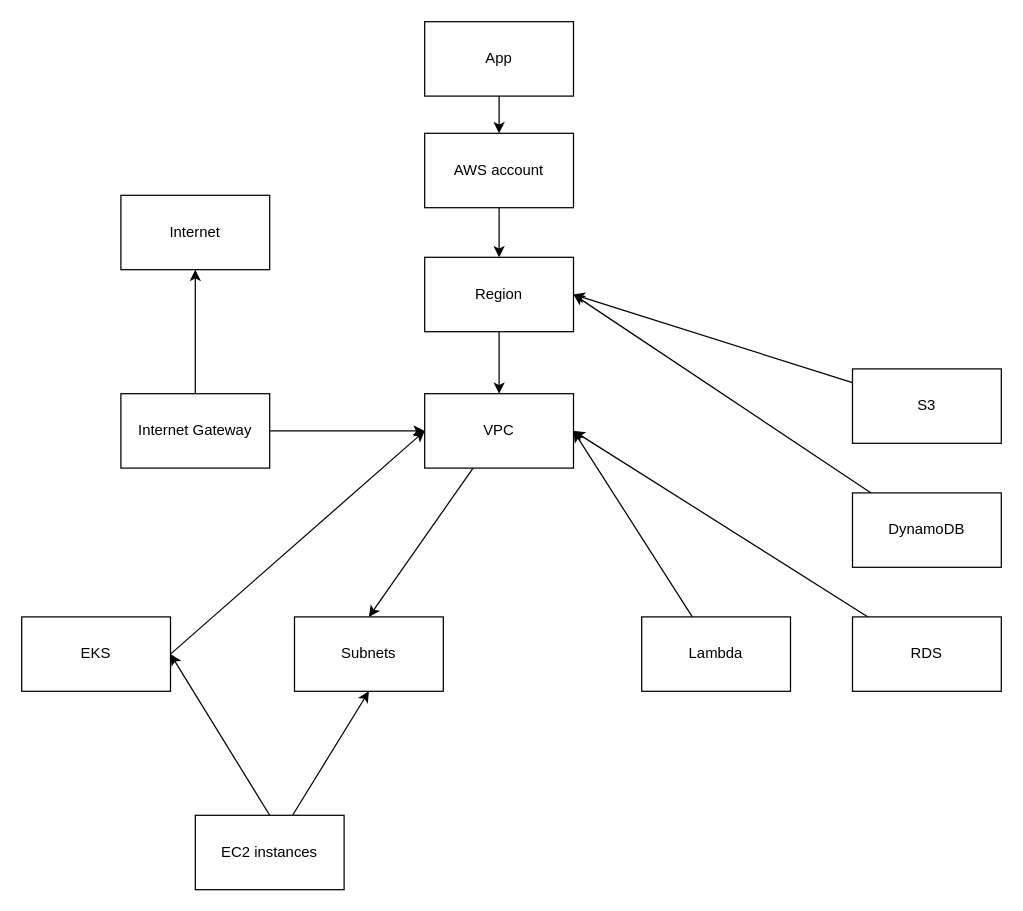
bartbriek/inventori keeps this draw.io diagram as page "Frontend" (2 of 2) of frontend-infrastructure.drawio. Above is the earlier version. Source tidied: cells renumbered, new cells numbered last; positions are measured from the earlier drawing's top-left corner, leaving out a move shared by most shapes. Both pictures are drawn from the tidied source at 124%, with x=0, y=0 at pixel (21, 21).
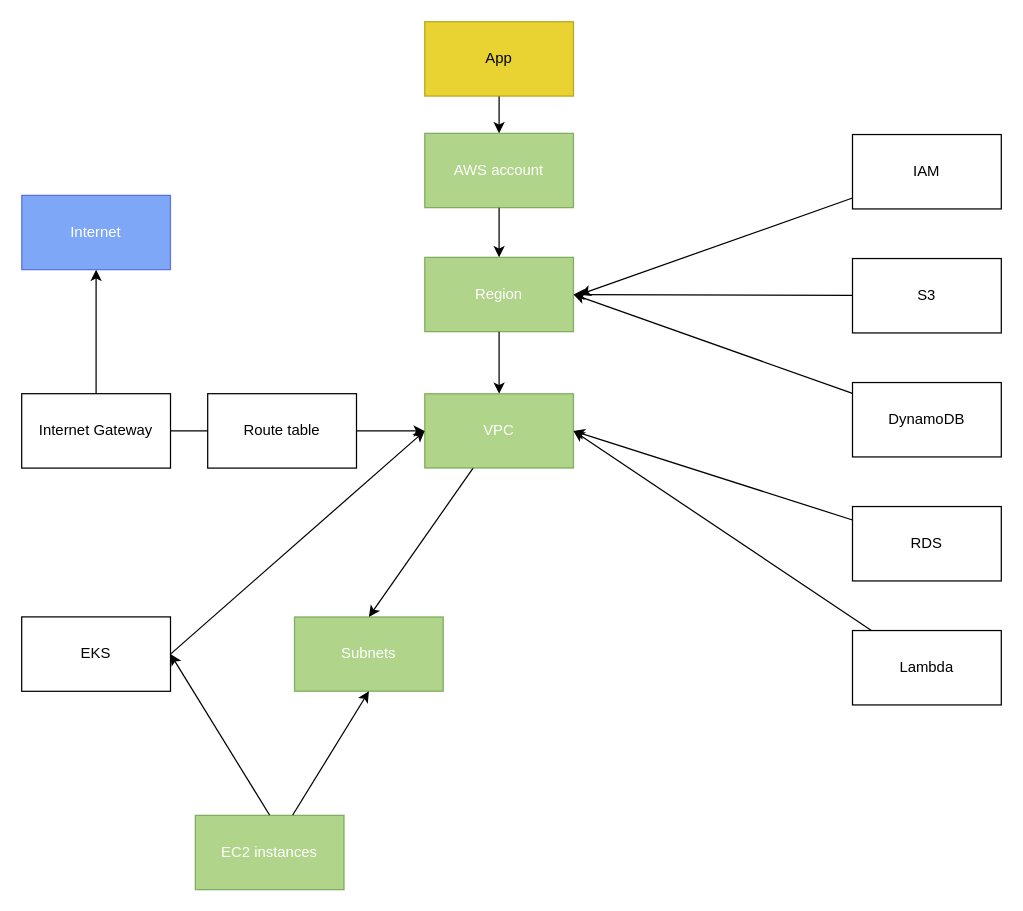
The same page after the edit.

The edit, as a diff of the source:
```diff
@@
-    <mxCell id="3" value="App" style="rounded=0;whiteSpace=wrap;html=1;" parent="1" vertex="1">
+    <mxCell id="3" value="App" style="rounded=0;whiteSpace=wrap;html=1;fillColor=#e3c800;fontColor=#000000;strokeColor=#B09500;opacity=80;" parent="1" vertex="1">
       <mxGeometry x="325" width="120" height="60" as="geometry" />
     </mxCell>
@@
-    <mxCell id="5" value="AWS account" style="rounded=0;whiteSpace=wrap;html=1;" parent="1" vertex="1">
+    <mxCell id="5" value="AWS account" style="rounded=0;whiteSpace=wrap;html=1;fillColor=#60a917;fontColor=#ffffff;strokeColor=#2D7600;opacity=50;" parent="1" vertex="1">
       <mxGeometry x="325" y="90" width="120" height="60" as="geometry" />
     </mxCell>
@@
-    <mxCell id="7" value="VPC" style="rounded=0;whiteSpace=wrap;html=1;" parent="1" vertex="1">
+    <mxCell id="7" value="VPC" style="rounded=0;whiteSpace=wrap;html=1;fillColor=#60a917;fontColor=#ffffff;strokeColor=#2D7600;opacity=50;" parent="1" vertex="1">
       <mxGeometry x="325" y="300" width="120" height="60" as="geometry" />
     </mxCell>
-    <mxCell id="8" value="Subnets" style="rounded=0;whiteSpace=wrap;html=1;" parent="1" vertex="1">
+    <mxCell id="8" value="Subnets" style="rounded=0;whiteSpace=wrap;html=1;fillColor=#60a917;fontColor=#ffffff;strokeColor=#2D7600;opacity=50;" parent="1" vertex="1">
       <mxGeometry x="220" y="480" width="120" height="60" as="geometry" />
     </mxCell>
@@
     <mxCell id="11" value="Internet Gateway" style="rounded=0;whiteSpace=wrap;html=1;" parent="1" vertex="1">
-      <mxGeometry x="80" y="300" width="120" height="60" as="geometry" />
+      <mxGeometry y="300" width="120" height="60" as="geometry" />
     </mxCell>
@@
-    <mxCell id="14" value="EC2 instances" style="rounded=0;whiteSpace=wrap;html=1;" parent="1" vertex="1">
+    <mxCell id="14" value="EC2 instances" style="rounded=0;whiteSpace=wrap;html=1;fillColor=#60a917;fontColor=#ffffff;strokeColor=#2D7600;opacity=50;" parent="1" vertex="1">
       <mxGeometry x="140" y="640" width="120" height="60" as="geometry" />
     </mxCell>
@@
     <mxCell id="16" value="Lambda" style="rounded=0;whiteSpace=wrap;html=1;" parent="1" vertex="1">
-      <mxGeometry x="500" y="480" width="120" height="60" as="geometry" />
+      <mxGeometry x="670" y="491" width="120" height="60" as="geometry" />
     </mxCell>
@@
-    <mxCell id="19" value="Internet" style="rounded=0;whiteSpace=wrap;html=1;" parent="1" vertex="1">
-      <mxGeometry x="80" y="140" width="120" height="60" as="geometry" />
+    <mxCell id="19" value="Internet" style="rounded=0;whiteSpace=wrap;html=1;fillColor=#0050ef;fontColor=#ffffff;strokeColor=#001DBC;opacity=50;" parent="1" vertex="1">
+      <mxGeometry y="140" width="120" height="60" as="geometry" />
     </mxCell>
@@
-    <mxCell id="21" value="Region" style="rounded=0;whiteSpace=wrap;html=1;" parent="1" vertex="1">
+    <mxCell id="21" value="Region" style="rounded=0;whiteSpace=wrap;html=1;fillColor=#60a917;fontColor=#ffffff;strokeColor=#2D7600;opacity=50;" parent="1" vertex="1">
       <mxGeometry x="325" y="190" width="120" height="60" as="geometry" />
     </mxCell>
@@
     <mxCell id="23" value="RDS" style="rounded=0;whiteSpace=wrap;html=1;" parent="1" vertex="1">
-      <mxGeometry x="670" y="480" width="120" height="60" as="geometry" />
+      <mxGeometry x="670" y="391" width="120" height="60" as="geometry" />
     </mxCell>
@@
     <mxCell id="25" value="DynamoDB" style="rounded=0;whiteSpace=wrap;html=1;" parent="1" vertex="1">
-      <mxGeometry x="670" y="380" width="120" height="60" as="geometry" />
+      <mxGeometry x="670" y="291" width="120" height="60" as="geometry" />
     </mxCell>
@@
     <mxCell id="27" value="S3" style="rounded=0;whiteSpace=wrap;html=1;" parent="1" vertex="1">
-      <mxGeometry x="670" y="280" width="120" height="60" as="geometry" />
+      <mxGeometry x="670" y="191" width="120" height="60" as="geometry" />
     </mxCell>
+    <mxCell id="28" style="edgeStyle=none;html=1;" parent="1" edge="1" source="29">
+      <mxGeometry relative="1" as="geometry">
+        <mxPoint x="450" y="220" as="targetPoint" />
+      </mxGeometry>
+    </mxCell>
+    <mxCell id="29" value="IAM" style="rounded=0;whiteSpace=wrap;html=1;" parent="1" vertex="1">
+      <mxGeometry x="670" y="91" width="120" height="60" as="geometry" />
+    </mxCell>
+    <mxCell id="30" value="Route table" style="rounded=0;whiteSpace=wrap;html=1;" parent="1" vertex="1">
+      <mxGeometry x="150" y="300" width="120" height="60" as="geometry" />
+    </mxCell>
```
